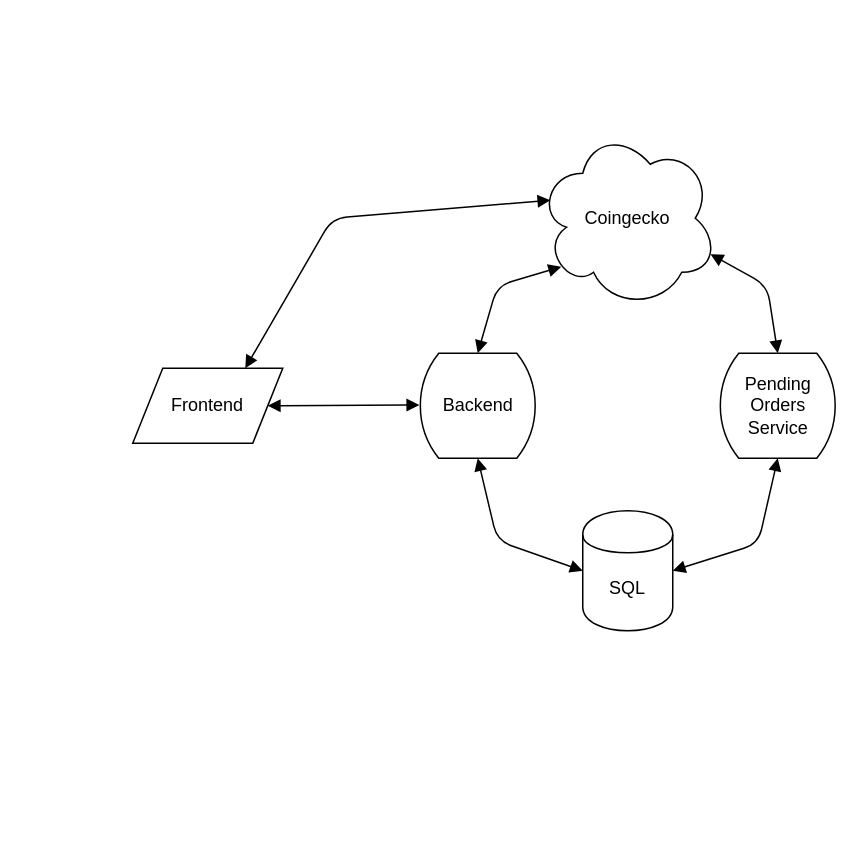
The draw.io diagram architecture.drawio in THD-C/.github, before the edit. Source tidied: cells renumbered, new cells numbered last; positions are measured from the earlier drawing's top-left corner, leaving out a move shared by most shapes. Both pictures are drawn from the tidied source at 150%, with x=0, y=0 at pixel (132, 128).
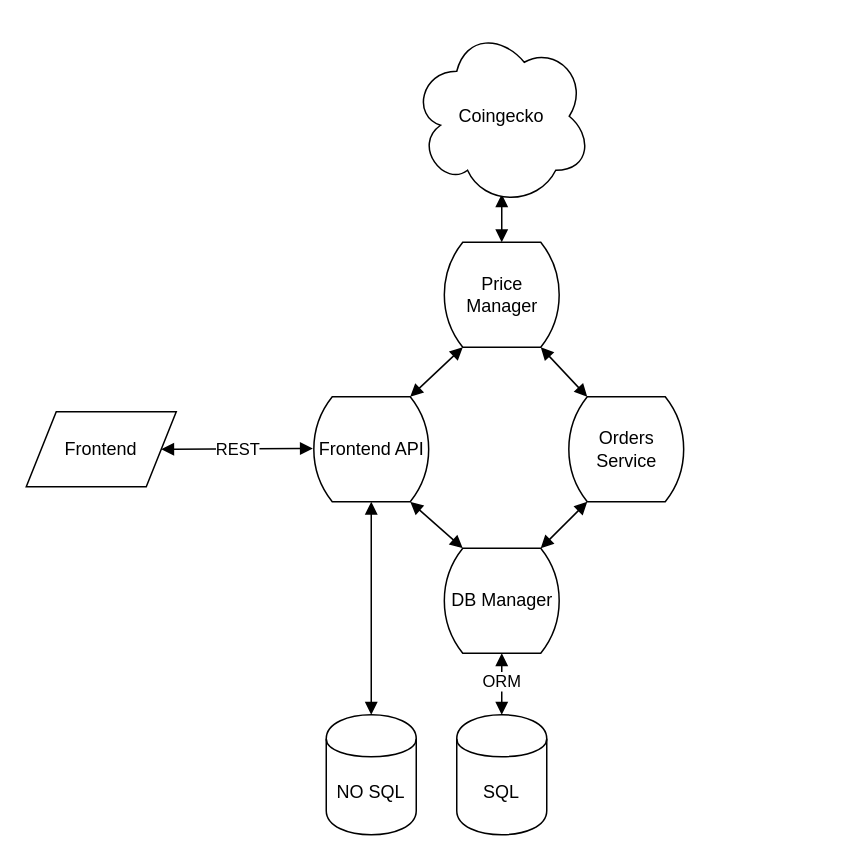
The same diagram, later.

The change refers to these unchanged cells:
```xml
<mxCell id="9" style="edgeStyle=none;html=1;exitX=1;exitY=0.5;exitDx=0;exitDy=0;entryX=0.013;entryY=0.493;entryDx=0;entryDy=0;entryPerimeter=0;endArrow=block;endFill=1;startArrow=block;startFill=1;" parent="1" edge="1" source="11" target="5">
  <mxGeometry relative="1" as="geometry" />
</mxCell>
```

What changed in the source:
```diff
@@
     <mxCell id="2" value="SQL" style="shape=cylinder;whiteSpace=wrap;html=1;boundedLbl=1;backgroundOutline=1;" parent="1" vertex="1">
-      <mxGeometry x="300" y="255" width="60" height="80" as="geometry" />
+      <mxGeometry x="216" y="391" width="60" height="80" as="geometry" />
     </mxCell>
-    <mxCell id="3" style="edgeStyle=none;shape=connector;rounded=1;html=1;exitX=0.5;exitY=1;exitDx=0;exitDy=0;exitPerimeter=0;entryX=0;entryY=0.5;entryDx=0;entryDy=0;labelBackgroundColor=default;strokeColor=default;fontFamily=Helvetica;fontSize=11;fontColor=default;startArrow=block;startFill=1;endArrow=block;endFill=1;" parent="1" edge="1" source="5" target="2">
-      <mxGeometry relative="1" as="geometry">
-        <Array as="points">
-          <mxPoint x="243" y="275" />
-        </Array>
-      </mxGeometry>
-    </mxCell>
-    <mxCell id="4" style="edgeStyle=none;shape=connector;rounded=1;html=1;exitX=0.5;exitY=0;exitDx=0;exitDy=0;exitPerimeter=0;entryX=0.13;entryY=0.77;entryDx=0;entryDy=0;entryPerimeter=0;labelBackgroundColor=default;strokeColor=default;fontFamily=Helvetica;fontSize=11;fontColor=default;startArrow=block;startFill=1;endArrow=block;endFill=1;" parent="1" edge="1" source="5" target="8">
-      <mxGeometry relative="1" as="geometry">
-        <Array as="points">
-          <mxPoint x="243" y="105" />
-        </Array>
-      </mxGeometry>
-    </mxCell>
-    <mxCell id="5" value="Backend" style="html=1;dashed=0;whitespace=wrap;shape=mxgraph.dfd.loop;" parent="1" vertex="1">
-      <mxGeometry x="190" y="150" width="80" height="70" as="geometry" />
+    <mxCell id="5" value="Frontend API" style="html=1;dashed=0;whitespace=wrap;shape=mxgraph.dfd.loop;" parent="1" vertex="1">
+      <mxGeometry x="119" y="179" width="80" height="70" as="geometry" />
     </mxCell>
-    <mxCell id="6" style="edgeStyle=none;shape=connector;rounded=1;html=1;exitX=0.5;exitY=0;exitDx=0;exitDy=0;exitPerimeter=0;entryX=0.96;entryY=0.7;entryDx=0;entryDy=0;entryPerimeter=0;labelBackgroundColor=default;strokeColor=default;fontFamily=Helvetica;fontSize=11;fontColor=default;startArrow=block;startFill=1;endArrow=block;endFill=1;" parent="1" edge="1" source="7" target="8">
-      <mxGeometry relative="1" as="geometry">
-        <Array as="points">
-          <mxPoint x="423" y="105" />
-        </Array>
-      </mxGeometry>
-    </mxCell>
-    <mxCell id="7" value="Pending&lt;br&gt;Orders&lt;br&gt;Service" style="html=1;dashed=0;whitespace=wrap;shape=mxgraph.dfd.loop;" parent="1" vertex="1">
-      <mxGeometry x="390" y="150" width="80" height="70" as="geometry" />
+    <mxCell id="7" value="Orders&lt;br&gt;Service" style="html=1;dashed=0;whitespace=wrap;shape=mxgraph.dfd.loop;" parent="1" vertex="1">
+      <mxGeometry x="289" y="179" width="80" height="70" as="geometry" />
     </mxCell>
+    <mxCell id="13" style="edgeStyle=none;shape=connector;rounded=1;html=1;entryX=0.5;entryY=0;entryDx=0;entryDy=0;entryPerimeter=0;labelBackgroundColor=default;strokeColor=default;fontFamily=Helvetica;fontSize=11;fontColor=default;startArrow=block;startFill=1;endArrow=block;endFill=1;exitX=0.55;exitY=0.95;exitDx=0;exitDy=0;exitPerimeter=0;" parent="1" edge="1" target="22">
+      <mxGeometry relative="1" as="geometry">
+        <mxPoint x="246" y="44" as="sourcePoint" />
+      </mxGeometry>
+    </mxCell>
     <mxCell id="8" value="Coingecko" style="shape=cloud;whiteSpace=wrap;html=1;" parent="1" vertex="1">
-      <mxGeometry x="270" width="120" height="120" as="geometry" />
+      <mxGeometry x="186" y="-68" width="120" height="120" as="geometry" />
     </mxCell>
@@
-    <mxCell id="10" style="edgeStyle=none;shape=connector;rounded=1;html=1;exitX=0.75;exitY=0;exitDx=0;exitDy=0;entryX=0.07;entryY=0.4;entryDx=0;entryDy=0;entryPerimeter=0;labelBackgroundColor=default;strokeColor=default;fontFamily=Helvetica;fontSize=11;fontColor=default;startArrow=block;startFill=1;endArrow=block;endFill=1;" parent="1" edge="1" source="11" target="8">
-      <mxGeometry relative="1" as="geometry">
-        <Array as="points">
-          <mxPoint x="133" y="60" />
-        </Array>
-      </mxGeometry>
-    </mxCell>
+    <mxCell id="14" value="REST" style="edgeLabel;html=1;align=center;verticalAlign=middle;fontSize=11;fontFamily=Helvetica;fontColor=default;" parent="9" vertex="1">
+      <mxGeometry x="0.01" relative="1" as="geometry" />
+    </mxCell>
     <mxCell id="11" value="Frontend" style="shape=parallelogram;perimeter=parallelogramPerimeter;whiteSpace=wrap;html=1;dashed=0;" parent="1" vertex="1">
-      <mxGeometry y="160" width="100" height="50" as="geometry" />
+      <mxGeometry x="-71" y="189" width="100" height="50" as="geometry" />
     </mxCell>
-    <mxCell id="12" style="edgeStyle=none;shape=connector;rounded=1;html=1;exitX=0.5;exitY=1;exitDx=0;exitDy=0;exitPerimeter=0;entryX=1;entryY=0.5;entryDx=0;entryDy=0;labelBackgroundColor=default;strokeColor=default;fontFamily=Helvetica;fontSize=11;fontColor=default;startArrow=block;startFill=1;endArrow=block;endFill=1;" parent="1" edge="1" source="7" target="2">
-      <mxGeometry relative="1" as="geometry">
-        <Array as="points">
-          <mxPoint x="417" y="277" />
-        </Array>
-      </mxGeometry>
-    </mxCell>
+    <mxCell id="15" style="edgeStyle=none;html=1;exitX=0.5;exitY=1;exitDx=0;exitDy=0;exitPerimeter=0;entryX=0.5;entryY=0;entryDx=0;entryDy=0;endArrow=block;endFill=1;startArrow=block;startFill=1;" parent="1" edge="1" source="19" target="2">
+      <mxGeometry relative="1" as="geometry" />
+    </mxCell>
+    <mxCell id="16" value="ORM" style="edgeLabel;html=1;align=center;verticalAlign=middle;fontSize=11;fontFamily=Helvetica;fontColor=default;" parent="15" vertex="1">
+      <mxGeometry x="-0.1" y="-1" relative="1" as="geometry" />
+    </mxCell>
+    <mxCell id="17" style="edgeStyle=none;shape=connector;rounded=1;html=1;exitX=0;exitY=0;exitDx=66;exitDy=0;exitPerimeter=0;entryX=0;entryY=0;entryDx=14;entryDy=70;entryPerimeter=0;labelBackgroundColor=default;strokeColor=default;fontFamily=Helvetica;fontSize=11;fontColor=default;startArrow=block;startFill=1;endArrow=block;endFill=1;" parent="1" edge="1" source="19" target="7">
+      <mxGeometry relative="1" as="geometry" />
+    </mxCell>
+    <mxCell id="18" style="edgeStyle=none;shape=connector;rounded=1;html=1;exitX=0;exitY=0;exitDx=14;exitDy=0;exitPerimeter=0;entryX=0;entryY=0;entryDx=66;entryDy=70;entryPerimeter=0;labelBackgroundColor=default;strokeColor=default;fontFamily=Helvetica;fontSize=11;fontColor=default;startArrow=block;startFill=1;endArrow=block;endFill=1;" parent="1" edge="1" source="19" target="5">
+      <mxGeometry relative="1" as="geometry" />
+    </mxCell>
+    <mxCell id="19" value="DB Manager" style="html=1;dashed=0;whitespace=wrap;shape=mxgraph.dfd.loop;" parent="1" vertex="1">
+      <mxGeometry x="206" y="280" width="80" height="70" as="geometry" />
+    </mxCell>
+    <mxCell id="20" style="edgeStyle=none;shape=connector;rounded=1;html=1;exitX=0;exitY=0;exitDx=66;exitDy=70;exitPerimeter=0;entryX=0;entryY=0;entryDx=14;entryDy=0;entryPerimeter=0;labelBackgroundColor=default;strokeColor=default;fontFamily=Helvetica;fontSize=11;fontColor=default;startArrow=block;startFill=1;endArrow=block;endFill=1;" parent="1" edge="1" source="22" target="7">
+      <mxGeometry relative="1" as="geometry" />
+    </mxCell>
+    <mxCell id="21" style="edgeStyle=none;shape=connector;rounded=1;html=1;exitX=0;exitY=0;exitDx=14;exitDy=70;exitPerimeter=0;entryX=0;entryY=0;entryDx=66;entryDy=0;entryPerimeter=0;labelBackgroundColor=default;strokeColor=default;fontFamily=Helvetica;fontSize=11;fontColor=default;startArrow=block;startFill=1;endArrow=block;endFill=1;" parent="1" edge="1" source="22" target="5">
+      <mxGeometry relative="1" as="geometry" />
+    </mxCell>
+    <mxCell id="22" value="Price&lt;br&gt;Manager" style="html=1;dashed=0;whitespace=wrap;shape=mxgraph.dfd.loop;" parent="1" vertex="1">
+      <mxGeometry x="206" y="76" width="80" height="70" as="geometry" />
+    </mxCell>
+    <mxCell id="23" style="edgeStyle=none;shape=connector;rounded=1;html=1;exitX=0.5;exitY=0;exitDx=0;exitDy=0;entryX=0.5;entryY=1;entryDx=0;entryDy=0;labelBackgroundColor=default;strokeColor=default;fontFamily=Helvetica;fontSize=11;fontColor=default;startArrow=block;startFill=1;endArrow=block;endFill=1;entryPerimeter=0;" parent="1" edge="1" source="24" target="5">
+      <mxGeometry relative="1" as="geometry" />
+    </mxCell>
+    <mxCell id="24" value="NO SQL" style="shape=cylinder;whiteSpace=wrap;html=1;boundedLbl=1;backgroundOutline=1;" parent="1" vertex="1">
+      <mxGeometry x="129" y="391" width="60" height="80" as="geometry" />
+    </mxCell>
```
